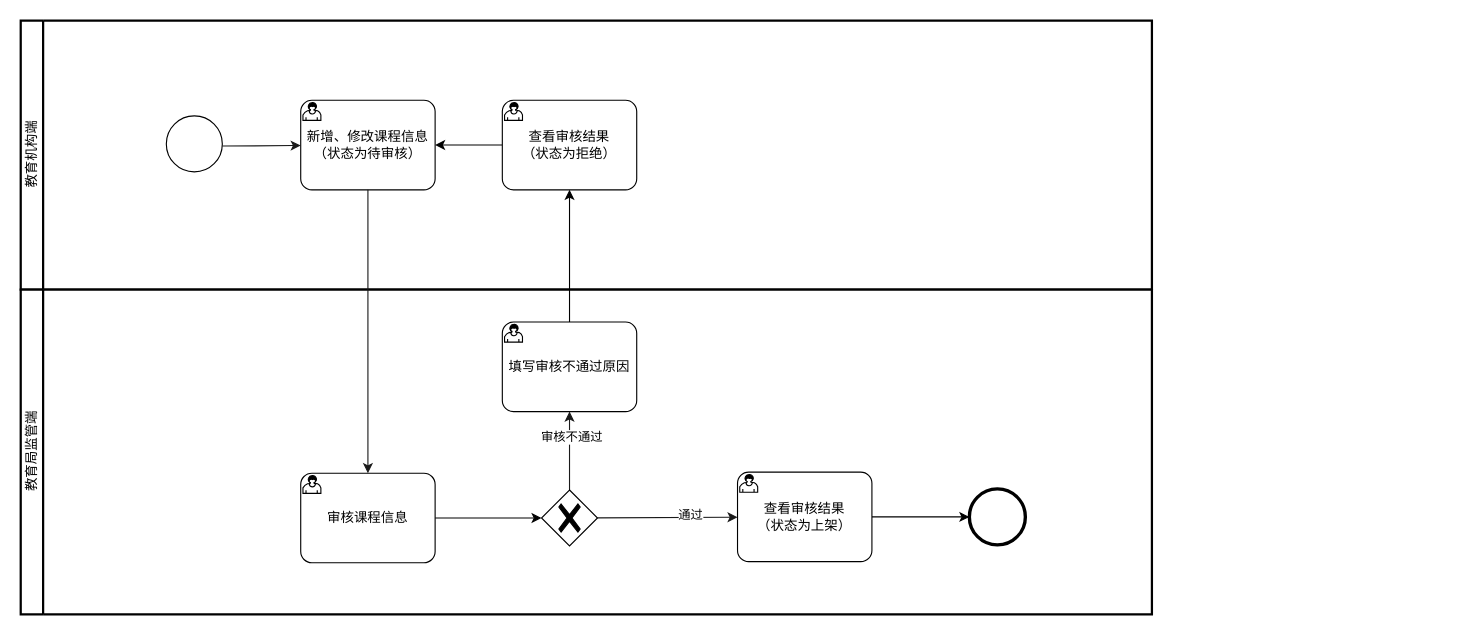
Earlier version of the draw.io diagram page "课程管理" (1 of 5) of docs/资金监管平台流程图.drawio (cuitaocrazy/supervision). Source tidied: cells renumbered, new cells numbered last; positions are measured from the earlier drawing's top-left corner, leaving out a move shared by most shapes. Both pictures are drawn from the tidied source at 112%, with x=0, y=0 at pixel (20, 20).
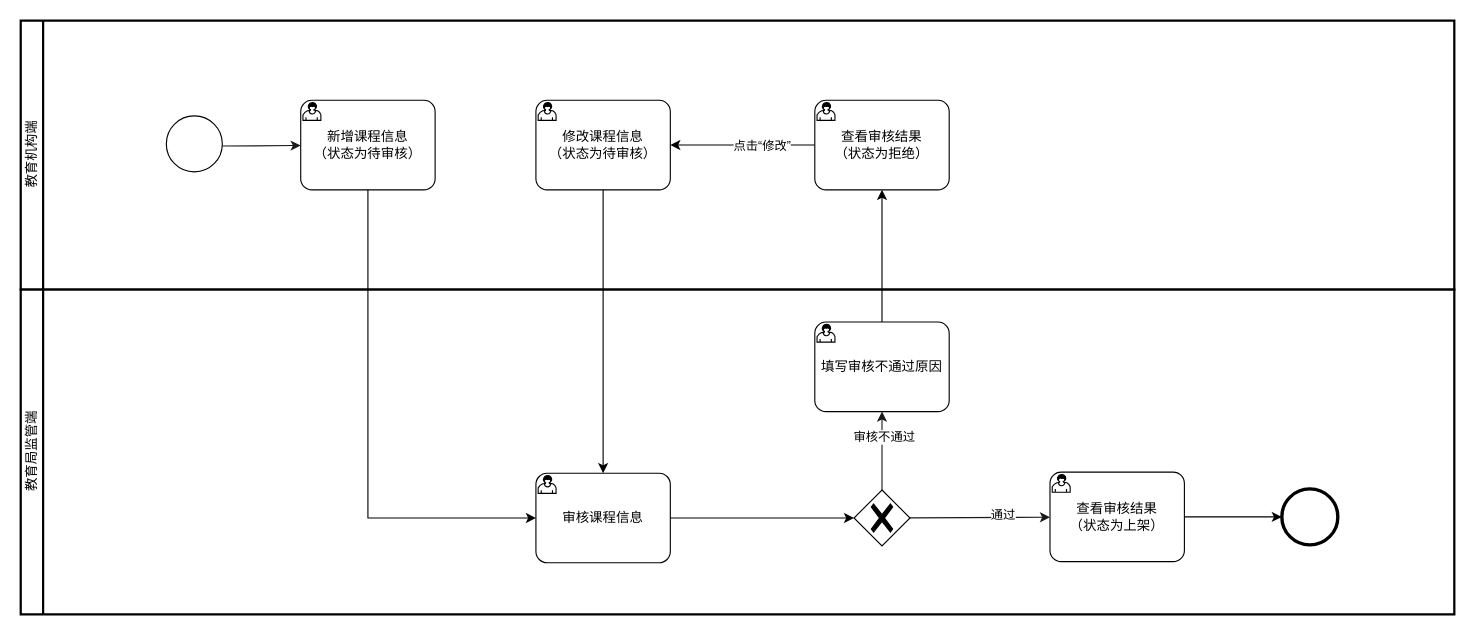
The same diagram, later.

What changed in the source:
```diff
@@
     <mxCell id="2" value="教育机构端" style="swimlane;html=1;startSize=20;fontStyle=0;horizontal=0;swimlaneLine=1;swimlaneFillColor=#ffffff;strokeWidth=2;" parent="1" vertex="1">
-      <mxGeometry width="1010" height="240" as="geometry" />
+      <mxGeometry width="1280" height="240" as="geometry" />
     </mxCell>
@@
-    <mxCell id="5" value="新增、修改课程信息&#10;（状态为待审核）" style="points=[[0.25,0,0],[0.5,0,0],[0.75,0,0],[1,0.25,0],[1,0.5,0],[1,0.75,0],[0.75,1,0],[0.5,1,0],[0.25,1,0],[0,0.75,0],[0,0.5,0],[0,0.25,0]];shape=mxgraph.bpmn.task;whiteSpace=wrap;rectStyle=rounded;size=10;taskMarker=user;" parent="2" vertex="1">
+    <mxCell id="5" value="新增课程信息&#10;（状态为待审核）" style="points=[[0.25,0,0],[0.5,0,0],[0.75,0,0],[1,0.25,0],[1,0.5,0],[1,0.75,0],[0.75,1,0],[0.5,1,0],[0.25,1,0],[0,0.75,0],[0,0.5,0],[0,0.25,0]];shape=mxgraph.bpmn.task;whiteSpace=wrap;rectStyle=rounded;size=10;taskMarker=user;" parent="2" vertex="1">
       <mxGeometry x="250" y="71" width="120" height="80" as="geometry" />
     </mxCell>
-    <mxCell id="6" style="edgeStyle=orthogonalEdgeStyle;rounded=0;jettySize=auto;html=1;" parent="2" edge="1" source="7" target="5">
-      <mxGeometry relative="1" as="geometry" />
-    </mxCell>
+    <mxCell id="22" style="edgeStyle=orthogonalEdgeStyle;rounded=0;jettySize=auto;html=1;" parent="2" edge="1" source="7" target="24">
+      <mxGeometry relative="1" as="geometry" />
+    </mxCell>
+    <mxCell id="23" value="点击“修改”" style="edgeLabel;html=1;align=center;verticalAlign=middle;" parent="22" vertex="1">
+      <mxGeometry x="-0.26" relative="1" as="geometry" />
+    </mxCell>
     <mxCell id="7" value="查看审核结果&#10;（状态为拒绝）" style="points=[[0.25,0,0],[0.5,0,0],[0.75,0,0],[1,0.25,0],[1,0.5,0],[1,0.75,0],[0.75,1,0],[0.5,1,0],[0.25,1,0],[0,0.75,0],[0,0.5,0],[0,0.25,0]];shape=mxgraph.bpmn.task;whiteSpace=wrap;rectStyle=rounded;size=10;taskMarker=user;" parent="2" vertex="1">
-      <mxGeometry x="430" y="71" width="120" height="80" as="geometry" />
+      <mxGeometry x="709" y="71" width="120" height="80" as="geometry" />
     </mxCell>
+    <mxCell id="24" value="修改课程信息&#10;（状态为待审核）" style="points=[[0.25,0,0],[0.5,0,0],[0.75,0,0],[1,0.25,0],[1,0.5,0],[1,0.75,0],[0.75,1,0],[0.5,1,0],[0.25,1,0],[0,0.75,0],[0,0.5,0],[0,0.25,0]];shape=mxgraph.bpmn.task;whiteSpace=wrap;rectStyle=rounded;size=10;taskMarker=user;" parent="2" vertex="1">
+      <mxGeometry x="460" y="71" width="120" height="80" as="geometry" />
+    </mxCell>
     <mxCell id="8" value="教育局监管端" style="swimlane;html=1;startSize=20;fontStyle=0;horizontal=0;swimlaneLine=1;swimlaneFillColor=#ffffff;strokeWidth=2;" parent="1" vertex="1">
-      <mxGeometry y="240" width="1010" height="290" as="geometry" />
+      <mxGeometry y="240" width="1280" height="290" as="geometry" />
     </mxCell>
@@
     <mxCell id="14" style="points=[[0.145,0.145,0],[0.5,0,0],[0.855,0.145,0],[1,0.5,0],[0.855,0.855,0],[0.5,1,0],[0.145,0.855,0],[0,0.5,0]];shape=mxgraph.bpmn.event;html=1;verticalLabelPosition=bottom;labelBackgroundColor=#ffffff;verticalAlign=top;align=center;perimeter=ellipsePerimeter;outlineConnect=0;outline=end;symbol=terminate2;" parent="8" vertex="1">
-      <mxGeometry x="847" y="178" width="50" height="50" as="geometry" />
+      <mxGeometry x="1126" y="178" width="50" height="50" as="geometry" />
     </mxCell>
     <mxCell id="15" style="points=[[0.25,0.25,0],[0.5,0,0],[0.75,0.25,0],[1,0.5,0],[0.75,0.75,0],[0.5,1,0],[0.25,0.75,0],[0,0.5,0]];shape=mxgraph.bpmn.gateway2;html=1;verticalLabelPosition=bottom;labelBackgroundColor=#ffffff;verticalAlign=top;align=center;perimeter=rhombusPerimeter;outlineConnect=0;outline=none;symbol=none;gwType=exclusive;" parent="8" vertex="1">
-      <mxGeometry x="465" y="179" width="50" height="50" as="geometry" />
+      <mxGeometry x="744" y="179" width="50" height="50" as="geometry" />
     </mxCell>
@@
     <mxCell id="17" value="审核课程信息" style="points=[[0.25,0,0],[0.5,0,0],[0.75,0,0],[1,0.25,0],[1,0.5,0],[1,0.75,0],[0.75,1,0],[0.5,1,0],[0.25,1,0],[0,0.75,0],[0,0.5,0],[0,0.25,0]];shape=mxgraph.bpmn.task;whiteSpace=wrap;rectStyle=rounded;size=10;taskMarker=user;" parent="8" vertex="1">
-      <mxGeometry x="250" y="164" width="120" height="80" as="geometry" />
+      <mxGeometry x="460" y="164" width="120" height="80" as="geometry" />
     </mxCell>
     <mxCell id="18" value="填写审核不通过原因" style="points=[[0.25,0,0],[0.5,0,0],[0.75,0,0],[1,0.25,0],[1,0.5,0],[1,0.75,0],[0.75,1,0],[0.5,1,0],[0.25,1,0],[0,0.75,0],[0,0.5,0],[0,0.25,0]];shape=mxgraph.bpmn.task;whiteSpace=wrap;rectStyle=rounded;size=10;taskMarker=user;" parent="8" vertex="1">
-      <mxGeometry x="430" y="29" width="120" height="80" as="geometry" />
+      <mxGeometry x="709" y="29" width="120" height="80" as="geometry" />
     </mxCell>
     <mxCell id="19" value="查看审核结果&#10;（状态为上架）" style="points=[[0.25,0,0],[0.5,0,0],[0.75,0,0],[1,0.25,0],[1,0.5,0],[1,0.75,0],[0.75,1,0],[0.5,1,0],[0.25,1,0],[0,0.75,0],[0,0.5,0],[0,0.25,0]];shape=mxgraph.bpmn.task;whiteSpace=wrap;rectStyle=rounded;size=10;taskMarker=user;" parent="8" vertex="1">
-      <mxGeometry x="640" y="163" width="120" height="80" as="geometry" />
+      <mxGeometry x="919" y="163" width="120" height="80" as="geometry" />
     </mxCell>
+    <mxCell id="21" style="edgeStyle=orthogonalEdgeStyle;rounded=0;jettySize=auto;html=1;entryX=0.5;entryY=1;entryDx=0;entryDy=0;entryPerimeter=0;" parent="1" edge="1" source="18" target="7">
+      <mxGeometry relative="1" as="geometry" />
+    </mxCell>
-    <mxCell id="20" style="edgeStyle=orthogonalEdgeStyle;html=1;strokeColor=#1A1A1A;" parent="1" edge="1" source="5" target="17">
-      <mxGeometry relative="1" as="geometry" />
+    <mxCell id="20" style="edgeStyle=orthogonalEdgeStyle;rounded=0;jettySize=auto;html=1;" parent="1" edge="1" source="5" target="17">
+      <mxGeometry relative="1" as="geometry">
+        <Array as="points">
+          <mxPoint x="310" y="444" />
+        </Array>
+      </mxGeometry>
     </mxCell>
-    <mxCell id="21" style="edgeStyle=orthogonalEdgeStyle;rounded=0;jettySize=auto;html=1;entryX=0.5;entryY=1;entryDx=0;entryDy=0;entryPerimeter=0;" parent="1" edge="1" source="18" target="7">
-      <mxGeometry relative="1" as="geometry" />
-    </mxCell>
+    <mxCell id="25" style="edgeStyle=orthogonalEdgeStyle;rounded=0;jettySize=auto;html=1;" parent="1" edge="1" source="24" target="17">
+      <mxGeometry relative="1" as="geometry" />
+    </mxCell>
```
